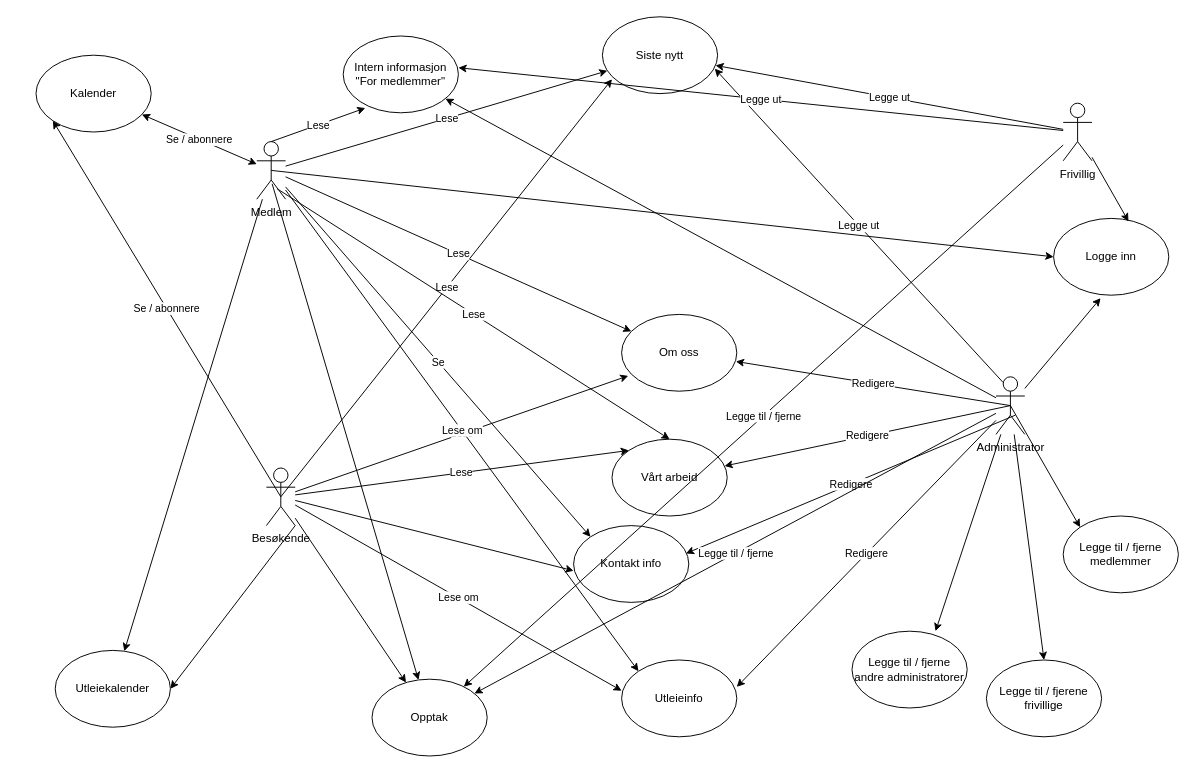
This is UseCaseDiagram.drawio from Ana-Anthor/betania, a draw.io file, before an edit. Source tidied: cells renumbered, new cells numbered last; positions are measured from the earlier drawing's top-left corner, leaving out a move shared by most shapes. Both pictures are drawn from the tidied source at 96%, with x=0, y=0 at pixel (36, 16).
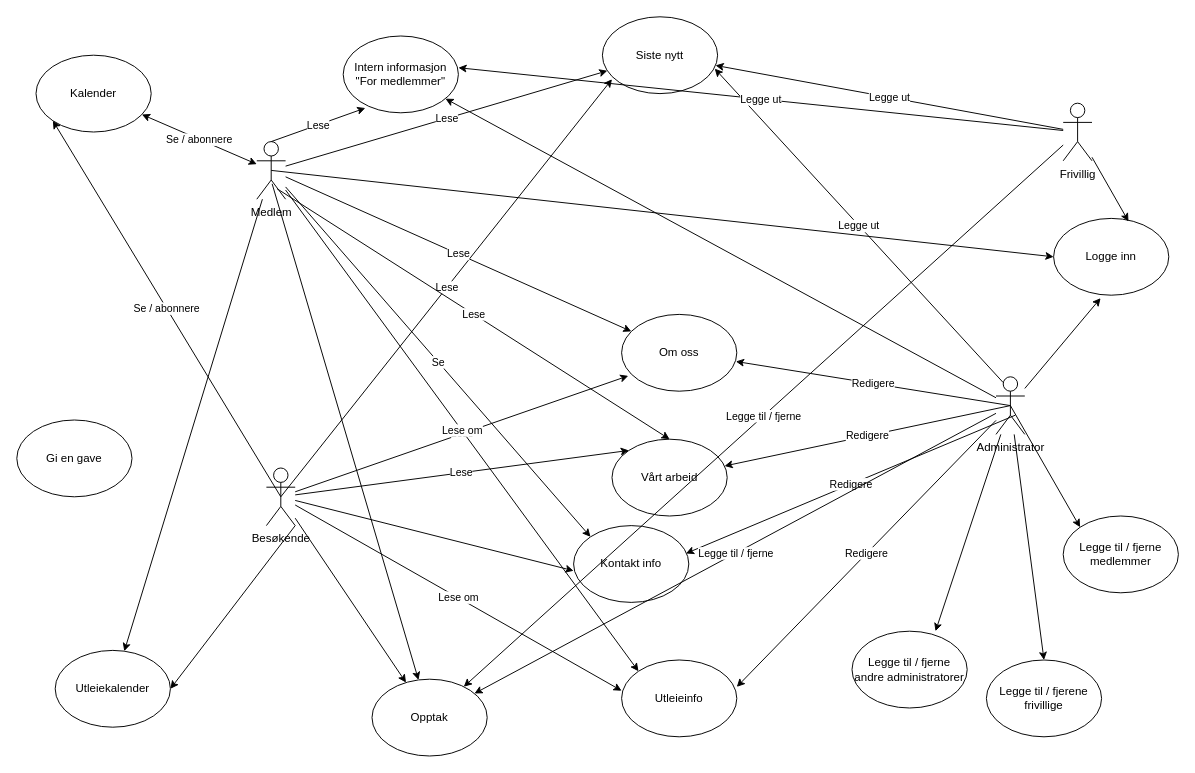
After the change.

Change to the diagram source:
```diff
@@
+    <mxCell id="52" value="&lt;div&gt;Gi en gave&lt;/div&gt;" style="ellipse;whiteSpace=wrap;html=1;strokeColor=#000000;" parent="1" vertex="1">
+      <mxGeometry x="-20" y="420" width="120" height="80" as="geometry" />
+    </mxCell>
```
